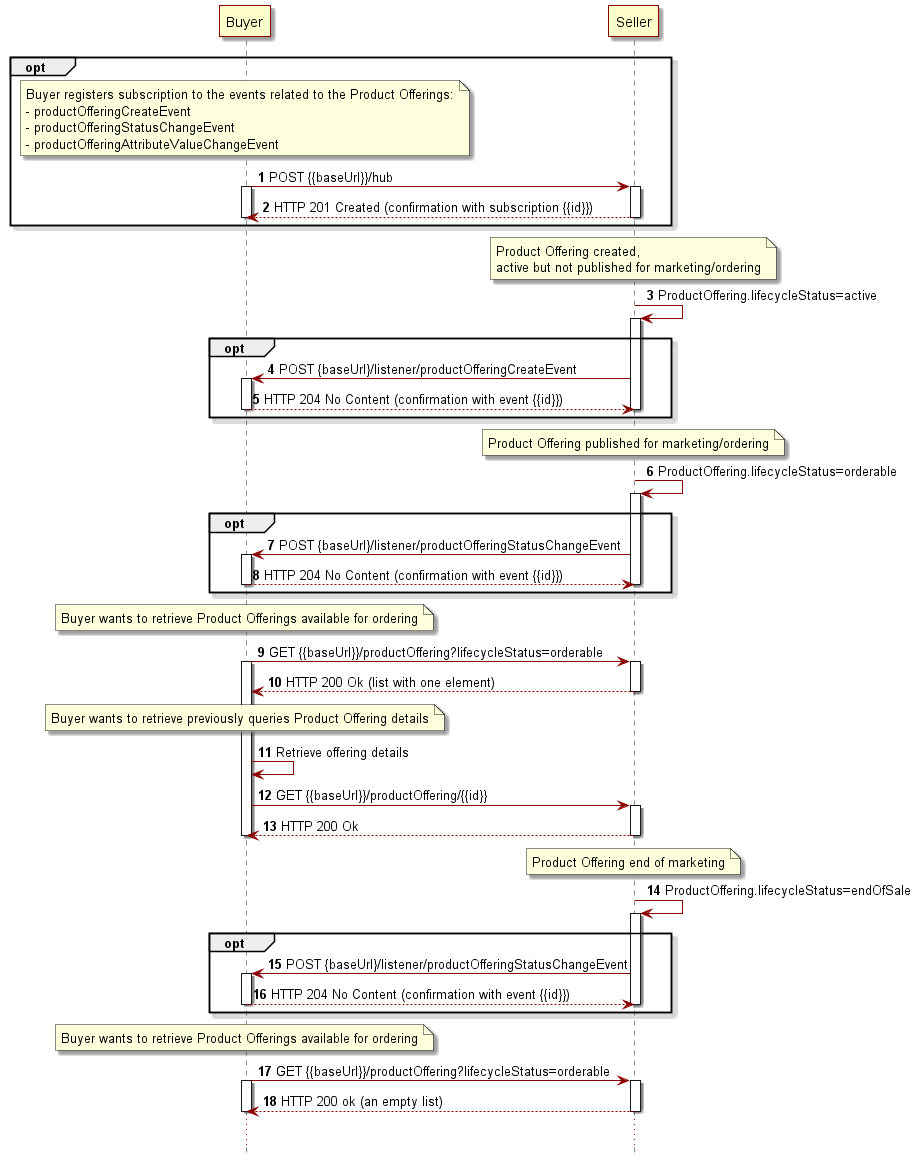
Above: documentation/productApi/catalog/media/exemplaryFlow.png in MEF-GIT/MEF-LSO-Sonata-SDK (PlantUML), before the change. Source of this version:
```plantuml
@startuml
skinparam {
participantBorderColor DarkRed
participantBorderThickness 1
participantBackgroundColor BUSINESS

LifeLineBorderColor DarkRed
LifeLineBackgroundColor DarkRed

databaseBorderColor Grey
databaseBorderThickness 1

shadowing true
RoundCorner 0
LineColor DarkRed
ArrowColor DarkRed
ArrowThickness 1
}

hide footbox

participant Buyer as b
participant Seller as s

autonumber

opt
note over b
Buyer registers subscription to the events related to the Product Offerings:
- productOfferingCreateEvent
- productOfferingStatusChangeEvent
- productOfferingAttributeValueChangeEvent
end note
b -> s++: POST {{baseUrl}}/hub
activate b
b <-- s--: HTTP 201 Created (confirmation with subscription {{id}})
deactivate b
end opt

note over s
Product Offering created,
active but not published for marketing/ordering
end note
s -> s: ProductOffering.lifecycleStatus=active
opt
    activate s
    b <- s++: POST {baseUrl}/listener/productOfferingCreateEvent
    b -->s--: HTTP 204 No Content (confirmation with event {{id}})
    deactivate s
end opt

note over s
Product Offering published for marketing/ordering
end note
s -> s: ProductOffering.lifecycleStatus=orderable
opt
    activate s
    b <- s++: POST {baseUrl}/listener/productOfferingStatusChangeEvent
    b -->s--: HTTP 204 No Content (confirmation with event {{id}})
    deactivate s
end opt

note over b
Buyer wants to retrieve Product Offerings available for ordering
end note
b -> s++: GET {{baseUrl}}/productOffering?lifecycleStatus=orderable
activate b
b <-- s--: HTTP 200 Ok (list with one element)


note over b
Buyer wants to retrieve previously queries Product Offering details
end note
b -> b: Retrieve offering details
b -> s++: GET {{baseUrl}}/productOffering/{{id}}
b <-- s--: HTTP 200 Ok
deactivate b

note over s
Product Offering end of marketing
end note
s -> s: ProductOffering.lifecycleStatus=endOfSale
opt
    activate s
    b <- s++: POST {baseUrl}/listener/productOfferingStatusChangeEvent
    b -->s--: HTTP 204 No Content (confirmation with event {{id}})
    deactivate s
end opt
note over b
Buyer wants to retrieve Product Offerings available for ordering
end note

b -> s++: GET {{baseUrl}}/productOffering?lifecycleStatus=orderable
activate b
b <-- s--: HTTP 200 ok (an empty list)
deactivate b

...
@enduml
```
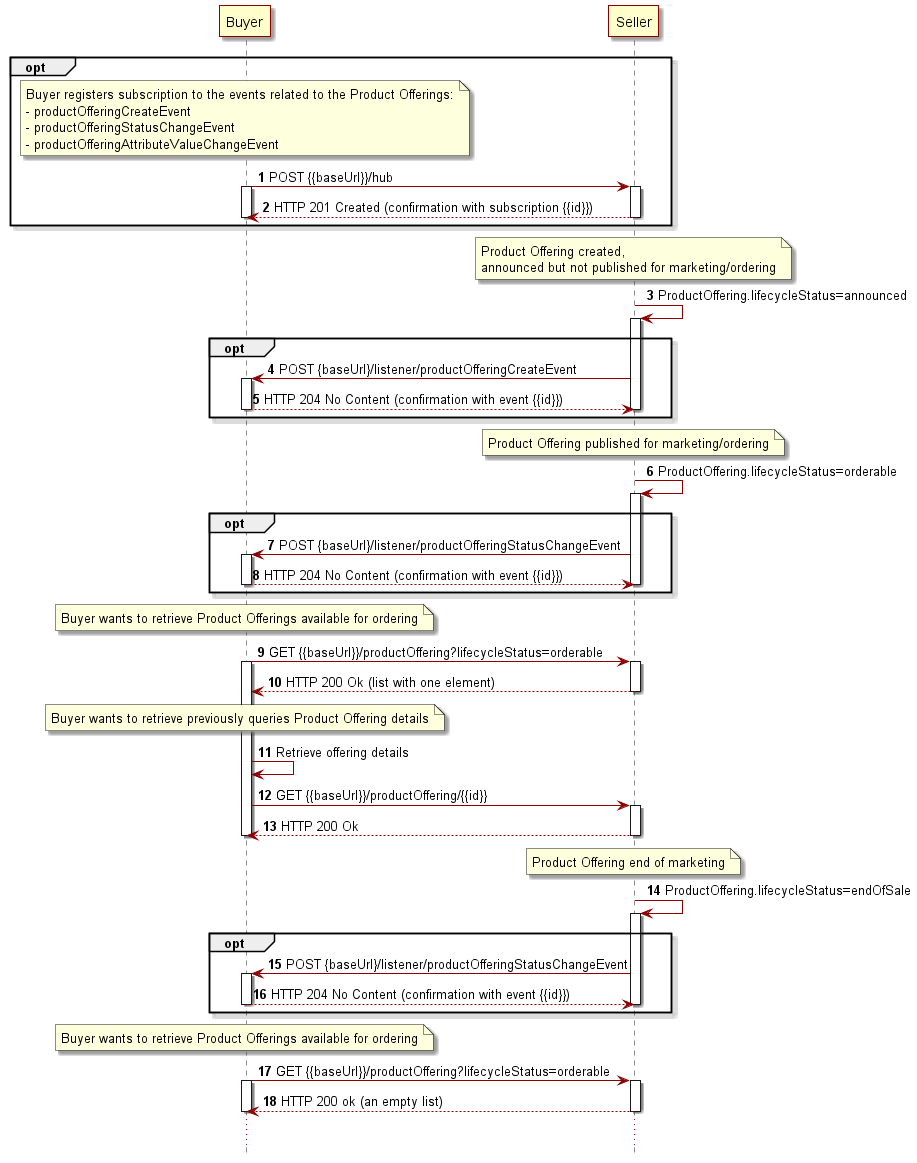
Above is the later version.

The edit, as a diff of the source:
```diff
@@ -39,9 +39,9 @@
 
 note over s
 Product Offering created,
-active but not published for marketing/ordering
+announced but not published for marketing/ordering
 end note
-s -> s: ProductOffering.lifecycleStatus=active
+s -> s: ProductOffering.lifecycleStatus=announced
 opt
     activate s
     b <- s++: POST {baseUrl}/listener/productOfferingCreateEvent
```
